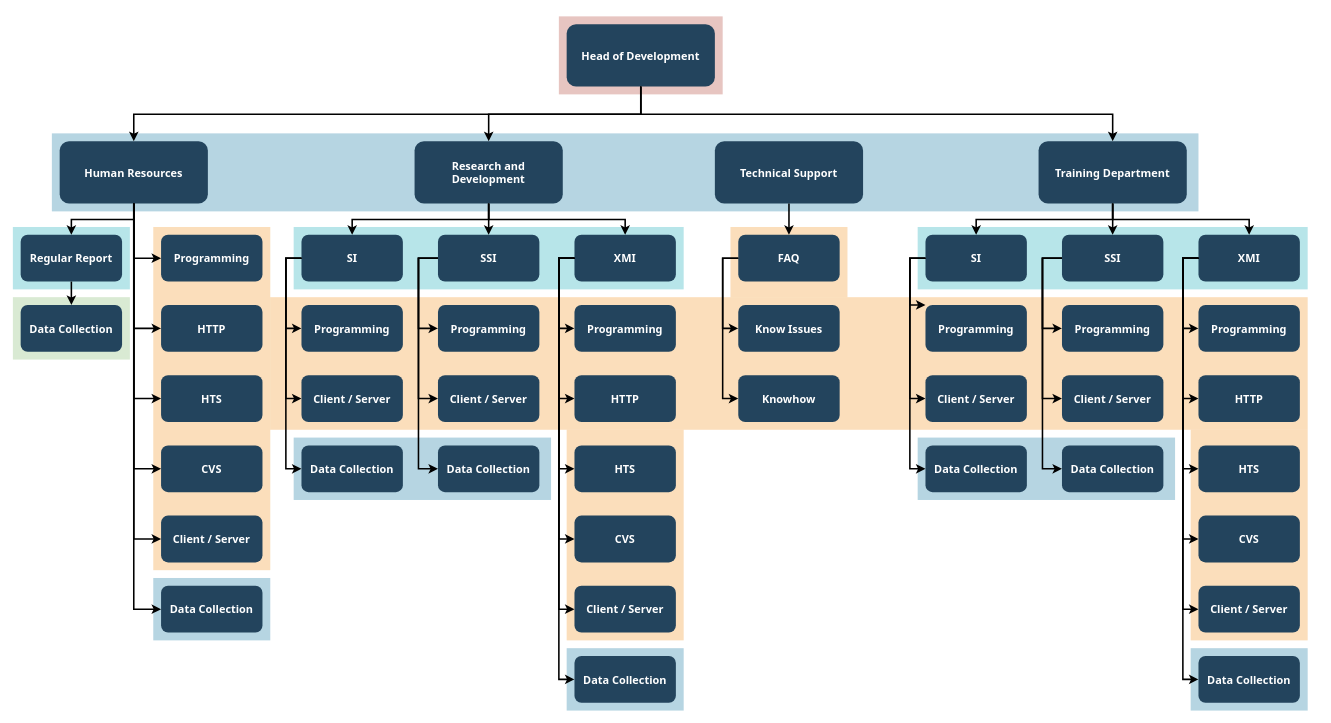
The draw.io diagram test.drawio in HoseinSatari/myCodeExample, before the edit. Source tidied: cells renumbered, new cells numbered last; positions are measured from the earlier drawing's top-left corner, leaving out a move shared by most shapes. Both pictures are drawn from the tidied source at 78%, with x=0, y=0 at pixel (12, 16).
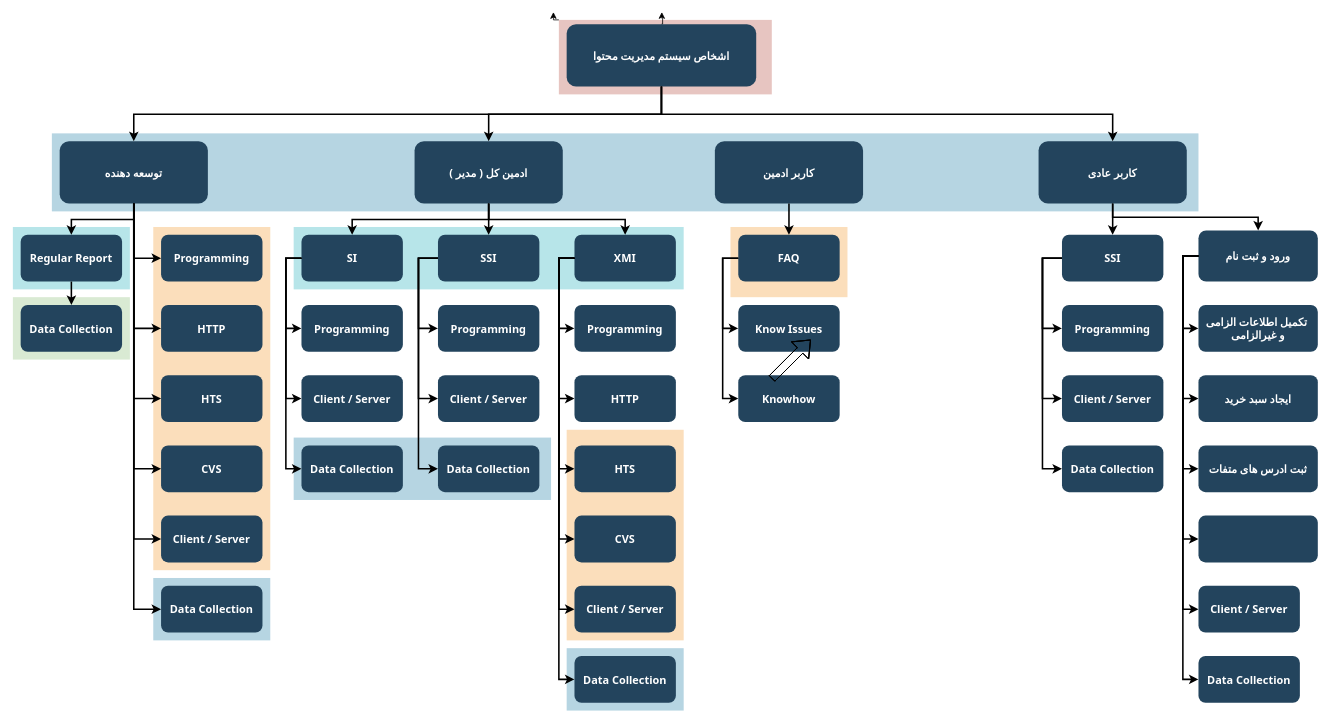
The same diagram, later.

Change to the diagram source:
```diff
@@
+    <mxCell id="108" style="edgeStyle=orthogonalEdgeStyle;rounded=0;jettySize=auto;html=1;exitX=0;exitY=0;exitDx=0;exitDy=0;" parent="1" edge="1" source="2">
+      <mxGeometry relative="1" as="geometry">
+        <mxPoint x="693" y="-6" as="targetPoint" />
+      </mxGeometry>
+    </mxCell>
     <mxCell id="2" style="fillColor=#AE4132;strokeColor=none;opacity=30;" parent="1" vertex="1">
-      <mxGeometry x="700" y="-0.5" width="210" height="100" as="geometry" />
+      <mxGeometry x="700" y="4" width="273" height="95.5" as="geometry" />
     </mxCell>
@@
-    <mxCell id="4" style="fillColor=#F2931E;strokeColor=none;opacity=30;" parent="1" vertex="1">
-      <mxGeometry x="1510" y="529.5" width="150" height="270" as="geometry" />
-    </mxCell>
@@
-    <mxCell id="8" style="fillColor=#F2931E;strokeColor=none;opacity=30;" parent="1" vertex="1">
-      <mxGeometry x="330" y="359.5" width="1330" height="170" as="geometry" />
-    </mxCell>
-    <mxCell id="9" style="fillColor=#10739E;strokeColor=none;opacity=30;" parent="1" vertex="1">
-      <mxGeometry x="1510" y="809.5" width="150" height="80" as="geometry" />
-    </mxCell>
-    <mxCell id="10" style="fillColor=#10739E;strokeColor=none;opacity=30;" parent="1" vertex="1">
-      <mxGeometry x="1160" y="539.5" width="330" height="80" as="geometry" />
-    </mxCell>
@@
-    <mxCell id="15" style="fillColor=#12AAB5;strokeColor=none;opacity=30;" parent="1" vertex="1">
-      <mxGeometry x="1160" y="269.5" width="500" height="80" as="geometry" />
-    </mxCell>
@@
+    <mxCell id="109" style="edgeStyle=orthogonalEdgeStyle;rounded=0;jettySize=auto;html=1;exitX=0.5;exitY=0;exitDx=0;exitDy=0;" parent="1" edge="1" source="18">
+      <mxGeometry relative="1" as="geometry">
+        <mxPoint x="832" y="-6" as="targetPoint" />
+        <Array as="points">
+          <mxPoint x="833" y="10" />
+          <mxPoint x="833" y="2" />
+          <mxPoint x="832" y="2" />
+        </Array>
+      </mxGeometry>
+    </mxCell>
-    <mxCell id="18" value="Head of Development" style="rounded=1;fillColor=#23445D;gradientColor=none;strokeColor=none;fontColor=#FFFFFF;fontStyle=1;fontFamily=Tahoma;fontSize=14;" parent="1" vertex="1">
-      <mxGeometry x="710" y="9.5" width="190" height="80" as="geometry" />
+    <mxCell id="18" value="اشخاص سیستم مدیریت محتوا" style="rounded=1;fillColor=#23445D;gradientColor=none;strokeColor=none;fontColor=#FFFFFF;fontStyle=1;fontFamily=Tahoma;fontSize=14;" parent="1" vertex="1">
+      <mxGeometry x="710" y="9.5" width="243" height="80" as="geometry" />
     </mxCell>
-    <mxCell id="19" value="Training Department" style="rounded=1;fillColor=#23445D;gradientColor=none;strokeColor=none;fontColor=#FFFFFF;fontStyle=1;fontFamily=Tahoma;fontSize=14;" parent="1" vertex="1">
+    <mxCell id="19" value="کاربر عادی" style="rounded=1;fillColor=#23445D;gradientColor=none;strokeColor=none;fontColor=#FFFFFF;fontStyle=1;fontFamily=Tahoma;fontSize=14;" parent="1" vertex="1">
       <mxGeometry x="1315" y="159.5" width="190" height="80" as="geometry" />
     </mxCell>
@@
-    <mxCell id="21" value="Technical Support" style="rounded=1;fillColor=#23445D;gradientColor=none;strokeColor=none;fontColor=#FFFFFF;fontStyle=1;fontFamily=Tahoma;fontSize=14;" parent="1" vertex="1">
+    <mxCell id="21" value="کاربر ادمین" style="rounded=1;fillColor=#23445D;gradientColor=none;strokeColor=none;fontColor=#FFFFFF;fontStyle=1;fontFamily=Tahoma;fontSize=14;" parent="1" vertex="1">
       <mxGeometry x="900" y="159.5" width="190" height="80" as="geometry" />
     </mxCell>
-    <mxCell id="22" value="Research and &#10;Development" style="rounded=1;fillColor=#23445D;gradientColor=none;strokeColor=none;fontColor=#FFFFFF;fontStyle=1;fontFamily=Tahoma;fontSize=14;" parent="1" vertex="1">
+    <mxCell id="22" value="ادمین کل ( مدیر )" style="rounded=1;fillColor=#23445D;gradientColor=none;strokeColor=none;fontColor=#FFFFFF;fontStyle=1;fontFamily=Tahoma;fontSize=14;" parent="1" vertex="1">
       <mxGeometry x="515" y="159.5" width="190" height="80" as="geometry" />
     </mxCell>
-    <mxCell id="23" value="Human Resources" style="rounded=1;fillColor=#23445D;gradientColor=none;strokeColor=none;fontColor=#FFFFFF;fontStyle=1;fontFamily=Tahoma;fontSize=14;" parent="1" vertex="1">
+    <mxCell id="23" value="توسعه دهنده" style="rounded=1;fillColor=#23445D;gradientColor=none;strokeColor=none;fontColor=#FFFFFF;fontStyle=1;fontFamily=Tahoma;fontSize=14;" parent="1" vertex="1">
       <mxGeometry x="60" y="159.5" width="190" height="80" as="geometry" />
     </mxCell>
@@
-    <mxCell id="50" value="SI" style="rounded=1;fillColor=#23445D;gradientColor=none;strokeColor=none;fontColor=#FFFFFF;fontStyle=1;fontFamily=Tahoma;fontSize=14;" parent="1" vertex="1">
-      <mxGeometry x="1170" y="279.5" width="130" height="60" as="geometry" />
-    </mxCell>
-    <mxCell id="51" value="Programming" style="rounded=1;fillColor=#23445D;gradientColor=none;strokeColor=none;fontColor=#FFFFFF;fontStyle=1;fontFamily=Tahoma;fontSize=14;" parent="1" vertex="1">
-      <mxGeometry x="1170" y="369.5" width="130" height="60" as="geometry" />
-    </mxCell>
-    <mxCell id="52" value="Client / Server" style="rounded=1;fillColor=#23445D;gradientColor=none;strokeColor=none;fontColor=#FFFFFF;fontStyle=1;fontFamily=Tahoma;fontSize=14;" parent="1" vertex="1">
-      <mxGeometry x="1170" y="459.5" width="130" height="60" as="geometry" />
-    </mxCell>
-    <mxCell id="53" value="Data Collection" style="rounded=1;fillColor=#23445D;gradientColor=none;strokeColor=none;fontColor=#FFFFFF;fontStyle=1;fontFamily=Tahoma;fontSize=14;" parent="1" vertex="1">
-      <mxGeometry x="1170" y="549.5" width="130" height="60" as="geometry" />
-    </mxCell>
@@
-    <mxCell id="58" value="XMI" style="rounded=1;fillColor=#23445D;gradientColor=none;strokeColor=none;fontColor=#FFFFFF;fontStyle=1;fontFamily=Tahoma;fontSize=14;" parent="1" vertex="1">
-      <mxGeometry x="1520" y="279.5" width="130" height="60" as="geometry" />
+    <mxCell id="58" value="ورود و ثبت نام" style="rounded=1;fillColor=#23445D;gradientColor=none;strokeColor=none;fontColor=#FFFFFF;fontStyle=1;fontFamily=Tahoma;fontSize=14;" parent="1" vertex="1">
+      <mxGeometry x="1520" y="274" width="153" height="65.5" as="geometry" />
     </mxCell>
-    <mxCell id="59" value="Programming" style="rounded=1;fillColor=#23445D;gradientColor=none;strokeColor=none;fontColor=#FFFFFF;fontStyle=1;fontFamily=Tahoma;fontSize=14;" parent="1" vertex="1">
-      <mxGeometry x="1520" y="369.5" width="130" height="60" as="geometry" />
+    <mxCell id="59" value="تکمیل اطلاعات الزامی &#10;و غیرالزامی" style="rounded=1;fillColor=#23445D;gradientColor=none;strokeColor=none;fontColor=#FFFFFF;fontStyle=1;fontFamily=Tahoma;fontSize=14;" parent="1" vertex="1">
+      <mxGeometry x="1520" y="369.5" width="153" height="60" as="geometry" />
     </mxCell>
-    <mxCell id="60" value="HTTP" style="rounded=1;fillColor=#23445D;gradientColor=none;strokeColor=none;fontColor=#FFFFFF;fontStyle=1;fontFamily=Tahoma;fontSize=14;" parent="1" vertex="1">
-      <mxGeometry x="1520" y="459.5" width="130" height="60" as="geometry" />
+    <mxCell id="60" value="ایجاد سبد خرید" style="rounded=1;fillColor=#23445D;gradientColor=none;strokeColor=none;fontColor=#FFFFFF;fontStyle=1;fontFamily=Tahoma;fontSize=14;" parent="1" vertex="1">
+      <mxGeometry x="1520" y="459.5" width="153" height="60" as="geometry" />
     </mxCell>
-    <mxCell id="61" value="HTS" style="rounded=1;fillColor=#23445D;gradientColor=none;strokeColor=none;fontColor=#FFFFFF;fontStyle=1;fontFamily=Tahoma;fontSize=14;" parent="1" vertex="1">
-      <mxGeometry x="1520" y="549.5" width="130" height="60" as="geometry" />
+    <mxCell id="61" value="ثبت ادرس های متفات" style="rounded=1;fillColor=#23445D;gradientColor=none;strokeColor=none;fontColor=#FFFFFF;fontStyle=1;fontFamily=Tahoma;fontSize=14;" parent="1" vertex="1">
+      <mxGeometry x="1520" y="549.5" width="153" height="60" as="geometry" />
     </mxCell>
-    <mxCell id="62" value="CVS" style="rounded=1;fillColor=#23445D;gradientColor=none;strokeColor=none;fontColor=#FFFFFF;fontStyle=1;fontFamily=Tahoma;fontSize=14;" parent="1" vertex="1">
-      <mxGeometry x="1520" y="639.5" width="130" height="60" as="geometry" />
+    <mxCell id="62" style="rounded=1;fillColor=#23445D;gradientColor=none;strokeColor=none;fontColor=#FFFFFF;fontStyle=1;fontFamily=Tahoma;fontSize=14;" parent="1" vertex="1">
+      <mxGeometry x="1520" y="639.5" width="153" height="60" as="geometry" />
     </mxCell>
@@
-    <mxCell id="88" style="edgeStyle=elbowEdgeStyle;elbow=horizontal;strokeWidth=2;rounded=0;" parent="1" edge="1" source="50" target="51">
-      <mxGeometry x="-23" y="135.5" as="geometry">
-        <Array as="points">
-          <mxPoint x="1150" y="369.5" />
-        </Array>
-      </mxGeometry>
-    </mxCell>
-    <mxCell id="89" style="edgeStyle=elbowEdgeStyle;elbow=horizontal;strokeWidth=2;rounded=0;" parent="1" edge="1" source="50" target="52">
-      <mxGeometry x="-23" y="135.5" as="geometry">
-        <Array as="points">
-          <mxPoint x="1150" y="399.5" />
-        </Array>
-      </mxGeometry>
-    </mxCell>
-    <mxCell id="90" style="edgeStyle=elbowEdgeStyle;elbow=horizontal;strokeWidth=2;rounded=0;" parent="1" edge="1" source="50" target="53">
-      <mxGeometry x="-23" y="135.5" as="geometry">
-        <Array as="points">
-          <mxPoint x="1150" y="449.5" />
-        </Array>
-      </mxGeometry>
-    </mxCell>
@@
-    <mxCell id="105" style="edgeStyle=elbowEdgeStyle;elbow=vertical;strokeWidth=2;rounded=0;" parent="1" edge="1" source="19" target="50">
-      <mxGeometry x="-23" y="135.5" as="geometry" />
-    </mxCell>
@@
+    <mxCell id="110" style="shape=flexArrow;endArrow=classic;html=1;rounded=0;" parent="1" edge="1">
+      <mxGeometry relative="1" as="geometry">
+        <mxPoint x="973" y="464" as="sourcePoint" />
+        <mxPoint x="1023" y="414" as="targetPoint" />
+      </mxGeometry>
+    </mxCell>
+    <mxCell id="111" style="shape=flexArrow;endArrow=classic;html=1;rounded=0;" parent="1" edge="1">
+      <mxGeometry relative="1" as="geometry">
+        <mxPoint x="973" y="464" as="sourcePoint" />
+        <mxPoint x="1023" y="414" as="targetPoint" />
+      </mxGeometry>
+    </mxCell>
+    <mxCell id="112" style="shape=flexArrow;endArrow=classic;html=1;rounded=0;" parent="1" edge="1">
+      <mxGeometry relative="1" as="geometry">
+        <mxPoint x="973" y="464" as="sourcePoint" />
+        <mxPoint x="1023" y="414" as="targetPoint" />
+      </mxGeometry>
+    </mxCell>
+    <mxCell id="113" style="shape=flexArrow;endArrow=classic;html=1;rounded=0;" parent="1" edge="1">
+      <mxGeometry relative="1" as="geometry">
+        <mxPoint x="973" y="464" as="sourcePoint" />
+        <mxPoint x="1023" y="414" as="targetPoint" />
+      </mxGeometry>
+    </mxCell>
```
